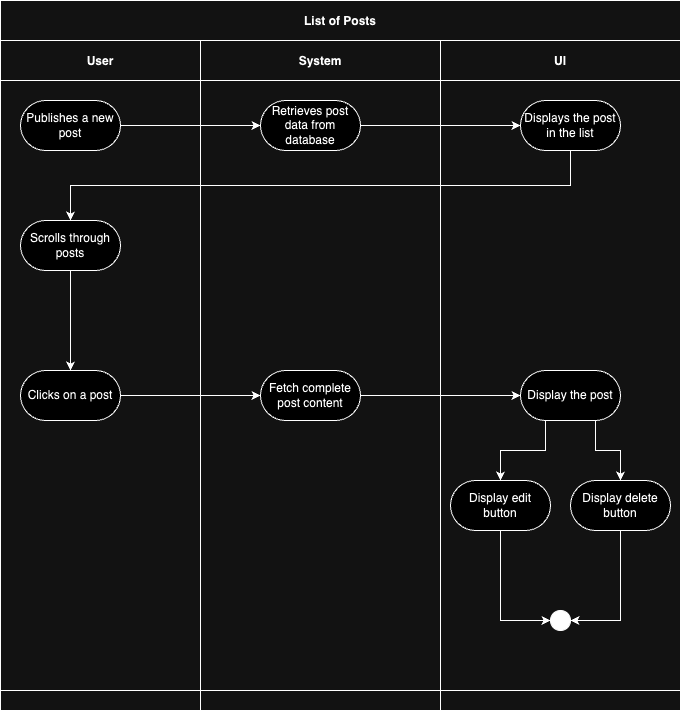
millisom/GluGuide keeps this draw.io diagram as Assets/ListUpdate.png. Above is the earlier version. Source tidied: cells renumbered, new cells last; positions are measured from the earlier drawing's top-left corner, leaving out a move shared by most shapes. The source it was exported from:
```xml
<mxGraphModel>
  <root>
    <mxCell id="0" />
    <mxCell id="1" parent="0" />
    <mxCell id="2" value="List of Posts" style="shape=table;startSize=40;fillColor=none;fontStyle=1;" parent="1" vertex="1">
      <mxGeometry width="680" height="710" as="geometry" />
    </mxCell>
    <mxCell id="3" style="shape=tableRow;horizontal=0;swimlaneHead=0;swimlaneBody=0;top=0;left=0;bottom=0;right=0;fillColor=none;startSize=0;fontStyle=1;" parent="2" vertex="1">
      <mxGeometry y="40" width="680" height="650" as="geometry" />
    </mxCell>
    <mxCell id="4" value="User" style="swimlane;swimlaneHead=0;swimlaneBody=0;fillColor=none;startSize=40;fontStyle=1;" parent="3" vertex="1">
      <mxGeometry width="200" height="650" as="geometry" />
    </mxCell>
    <mxCell id="5" value="Publishes a new post" style="rounded=1;whiteSpace=wrap;html=1;arcSize=50;" parent="4" vertex="1">
      <mxGeometry x="20" y="60" width="100" height="50" as="geometry" />
    </mxCell>
    <mxCell id="6" style="edgeStyle=orthogonalEdgeStyle;rounded=0;jettySize=auto;html=1;exitX=0.5;exitY=1;exitDx=0;exitDy=0;entryX=0.5;entryY=0;entryDx=0;entryDy=0;" parent="4" edge="1" source="7" target="8">
      <mxGeometry relative="1" as="geometry" />
    </mxCell>
    <mxCell id="7" value="Scrolls through posts" style="rounded=1;whiteSpace=wrap;html=1;arcSize=50;" parent="4" vertex="1">
      <mxGeometry x="20" y="180" width="100" height="50" as="geometry" />
    </mxCell>
    <mxCell id="8" value="Clicks on a post" style="rounded=1;whiteSpace=wrap;html=1;arcSize=50;" parent="4" vertex="1">
      <mxGeometry x="20" y="330" width="100" height="50" as="geometry" />
    </mxCell>
    <mxCell id="9" value="System" style="swimlane;swimlaneHead=0;swimlaneBody=0;fillColor=none;startSize=40;fontStyle=1;" parent="3" vertex="1">
      <mxGeometry x="200" width="240" height="650" as="geometry" />
    </mxCell>
    <mxCell id="10" value="Retrieves post data from database" style="rounded=1;whiteSpace=wrap;html=1;arcSize=50;" parent="9" vertex="1">
      <mxGeometry x="60" y="60" width="100" height="50" as="geometry" />
    </mxCell>
    <mxCell id="11" value="Fetch complete post content" style="rounded=1;whiteSpace=wrap;html=1;arcSize=50;" parent="9" vertex="1">
      <mxGeometry x="60" y="330" width="100" height="50" as="geometry" />
    </mxCell>
    <mxCell id="12" value="UI" style="swimlane;swimlaneHead=0;swimlaneBody=0;fillColor=none;startSize=40;fontStyle=1;" parent="3" vertex="1">
      <mxGeometry x="440" width="240" height="650" as="geometry" />
    </mxCell>
    <mxCell id="13" style="edgeStyle=orthogonalEdgeStyle;rounded=0;jettySize=auto;html=1;exitX=0.25;exitY=1;exitDx=0;exitDy=0;entryX=0.5;entryY=0;entryDx=0;entryDy=0;" parent="12" edge="1" source="15" target="19">
      <mxGeometry relative="1" as="geometry" />
    </mxCell>
    <mxCell id="14" style="edgeStyle=orthogonalEdgeStyle;rounded=0;jettySize=auto;html=1;exitX=0.75;exitY=1;exitDx=0;exitDy=0;entryX=0.5;entryY=0;entryDx=0;entryDy=0;" parent="12" edge="1" source="15" target="21">
      <mxGeometry relative="1" as="geometry" />
    </mxCell>
    <mxCell id="15" value="Display the post" style="rounded=1;whiteSpace=wrap;html=1;arcSize=50;" parent="12" vertex="1">
      <mxGeometry x="80" y="330" width="100" height="50" as="geometry" />
    </mxCell>
    <mxCell id="16" style="ellipse;whiteSpace=wrap;html=1;fillColor=#000000;" parent="12" vertex="1">
      <mxGeometry x="110" y="570" width="20" height="20" as="geometry" />
    </mxCell>
    <mxCell id="17" value="Displays the post in the list" style="rounded=1;whiteSpace=wrap;html=1;arcSize=50;" parent="12" vertex="1">
      <mxGeometry x="80" y="60" width="100" height="50" as="geometry" />
    </mxCell>
    <mxCell id="18" style="edgeStyle=orthogonalEdgeStyle;rounded=0;jettySize=auto;html=1;exitX=0.5;exitY=1;exitDx=0;exitDy=0;entryX=0;entryY=0.5;entryDx=0;entryDy=0;" parent="12" edge="1" source="19" target="16">
      <mxGeometry relative="1" as="geometry" />
    </mxCell>
    <mxCell id="19" value="Display edit button" style="rounded=1;whiteSpace=wrap;html=1;arcSize=50;" parent="12" vertex="1">
      <mxGeometry x="10" y="440" width="100" height="50" as="geometry" />
    </mxCell>
    <mxCell id="20" style="edgeStyle=orthogonalEdgeStyle;rounded=0;jettySize=auto;html=1;exitX=0.5;exitY=1;exitDx=0;exitDy=0;entryX=1;entryY=0.5;entryDx=0;entryDy=0;" parent="12" edge="1" source="21" target="16">
      <mxGeometry relative="1" as="geometry" />
    </mxCell>
    <mxCell id="21" value="Display delete button" style="rounded=1;whiteSpace=wrap;html=1;arcSize=50;" parent="12" vertex="1">
      <mxGeometry x="130" y="440" width="100" height="50" as="geometry" />
    </mxCell>
    <mxCell id="22" style="edgeStyle=orthogonalEdgeStyle;rounded=0;jettySize=auto;html=1;entryX=0;entryY=0.5;entryDx=0;entryDy=0;" parent="3" edge="1" source="5">
      <mxGeometry relative="1" as="geometry">
        <mxPoint x="260" y="85" as="targetPoint" />
      </mxGeometry>
    </mxCell>
    <mxCell id="23" style="edgeStyle=orthogonalEdgeStyle;rounded=0;jettySize=auto;html=1;exitX=1;exitY=0.5;exitDx=0;exitDy=0;entryX=0;entryY=0.5;entryDx=0;entryDy=0;" parent="3" edge="1" source="10" target="17">
      <mxGeometry relative="1" as="geometry" />
    </mxCell>
    <mxCell id="24" style="edgeStyle=orthogonalEdgeStyle;rounded=0;jettySize=auto;html=1;exitX=0.5;exitY=1;exitDx=0;exitDy=0;" parent="3" edge="1" source="17" target="7">
      <mxGeometry relative="1" as="geometry" />
    </mxCell>
    <mxCell id="25" style="edgeStyle=orthogonalEdgeStyle;rounded=0;jettySize=auto;html=1;exitX=1;exitY=0.5;exitDx=0;exitDy=0;" parent="3" edge="1" source="8" target="11">
      <mxGeometry relative="1" as="geometry" />
    </mxCell>
    <mxCell id="26" style="edgeStyle=orthogonalEdgeStyle;rounded=0;jettySize=auto;html=1;exitX=1;exitY=0.5;exitDx=0;exitDy=0;" parent="3" edge="1" source="11" target="15">
      <mxGeometry relative="1" as="geometry" />
    </mxCell>
    <mxCell id="27" style="shape=tableRow;horizontal=0;swimlaneHead=0;swimlaneBody=0;top=0;left=0;bottom=0;right=0;fillColor=none;startSize=0;fontStyle=1;" parent="2" vertex="1">
      <mxGeometry y="690" width="680" height="20" as="geometry" />
    </mxCell>
    <mxCell id="28" style="swimlane;swimlaneHead=0;swimlaneBody=0;fillColor=none;startSize=0;fontStyle=1;" parent="27" vertex="1">
      <mxGeometry width="200" height="20" as="geometry" />
    </mxCell>
    <mxCell id="29" style="swimlane;swimlaneHead=0;swimlaneBody=0;fillColor=none;startSize=0;fontStyle=1;" parent="27" vertex="1">
      <mxGeometry x="200" width="240" height="20" as="geometry" />
    </mxCell>
    <mxCell id="30" style="swimlane;swimlaneHead=0;swimlaneBody=0;fillColor=none;startSize=0;fontStyle=1;" parent="27" vertex="1">
      <mxGeometry x="440" width="240" height="20" as="geometry" />
    </mxCell>
  </root>
</mxGraphModel>
```
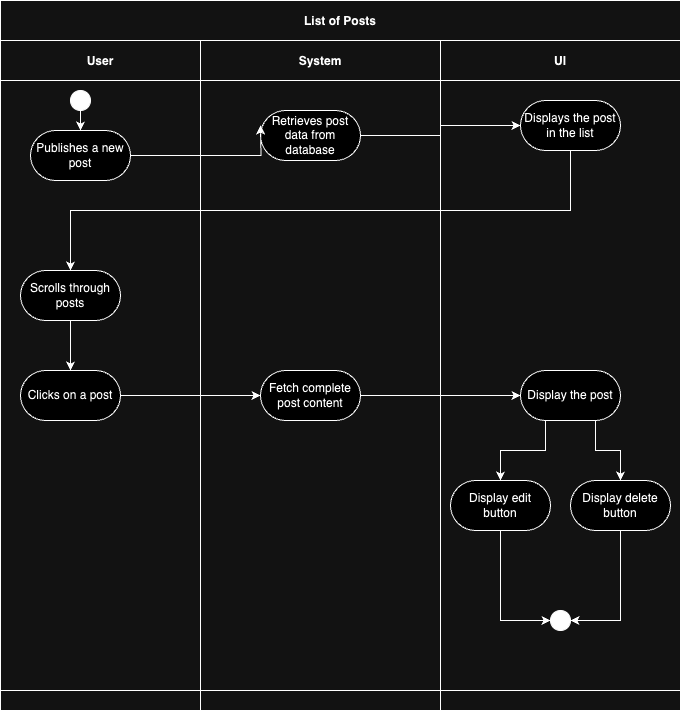
After the commit.

Change to the diagram source:
```diff
@@ -12,22 +12,28 @@
       <mxGeometry width="200" height="650" as="geometry" />
     </mxCell>
     <mxCell id="5" value="Publishes a new post" style="rounded=1;whiteSpace=wrap;html=1;arcSize=50;" parent="4" vertex="1">
-      <mxGeometry x="20" y="60" width="100" height="50" as="geometry" />
+      <mxGeometry x="30" y="90" width="100" height="50" as="geometry" />
     </mxCell>
     <mxCell id="6" style="edgeStyle=orthogonalEdgeStyle;rounded=0;jettySize=auto;html=1;exitX=0.5;exitY=1;exitDx=0;exitDy=0;entryX=0.5;entryY=0;entryDx=0;entryDy=0;" parent="4" edge="1" source="7" target="8">
       <mxGeometry relative="1" as="geometry" />
     </mxCell>
     <mxCell id="7" value="Scrolls through posts" style="rounded=1;whiteSpace=wrap;html=1;arcSize=50;" parent="4" vertex="1">
-      <mxGeometry x="20" y="180" width="100" height="50" as="geometry" />
+      <mxGeometry x="20" y="230" width="100" height="50" as="geometry" />
     </mxCell>
     <mxCell id="8" value="Clicks on a post" style="rounded=1;whiteSpace=wrap;html=1;arcSize=50;" parent="4" vertex="1">
       <mxGeometry x="20" y="330" width="100" height="50" as="geometry" />
     </mxCell>
+    <mxCell id="31" style="edgeStyle=orthogonalEdgeStyle;rounded=0;jettySize=auto;html=1;exitX=0.5;exitY=1;exitDx=0;exitDy=0;entryX=0.5;entryY=0;entryDx=0;entryDy=0;" parent="4" edge="1" source="32" target="5">
+      <mxGeometry relative="1" as="geometry" />
+    </mxCell>
+    <mxCell id="32" style="ellipse;whiteSpace=wrap;html=1;fillColor=#000000;" parent="4" vertex="1">
+      <mxGeometry x="70" y="50" width="20" height="20" as="geometry" />
+    </mxCell>
     <mxCell id="9" value="System" style="swimlane;swimlaneHead=0;swimlaneBody=0;fillColor=none;startSize=40;fontStyle=1;" parent="3" vertex="1">
       <mxGeometry x="200" width="240" height="650" as="geometry" />
     </mxCell>
     <mxCell id="10" value="Retrieves post data from database" style="rounded=1;whiteSpace=wrap;html=1;arcSize=50;" parent="9" vertex="1">
-      <mxGeometry x="60" y="60" width="100" height="50" as="geometry" />
+      <mxGeometry x="60" y="70" width="100" height="50" as="geometry" />
     </mxCell>
     <mxCell id="11" value="Fetch complete post content" style="rounded=1;whiteSpace=wrap;html=1;arcSize=50;" parent="9" vertex="1">
       <mxGeometry x="60" y="330" width="100" height="50" as="geometry" />
```
